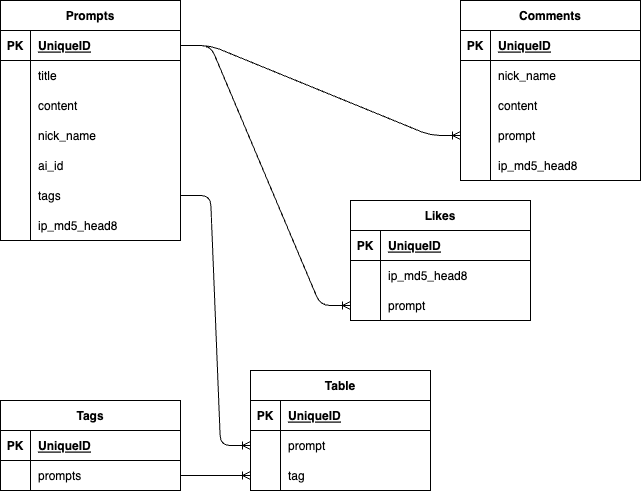
The draw.io diagram data_base_setting.drawio.png in Takenoko463/prompter, before a commit. Source tidied: cells renumbered, new cells last; positions are measured from the earlier drawing's top-left corner, leaving out a move shared by most shapes.
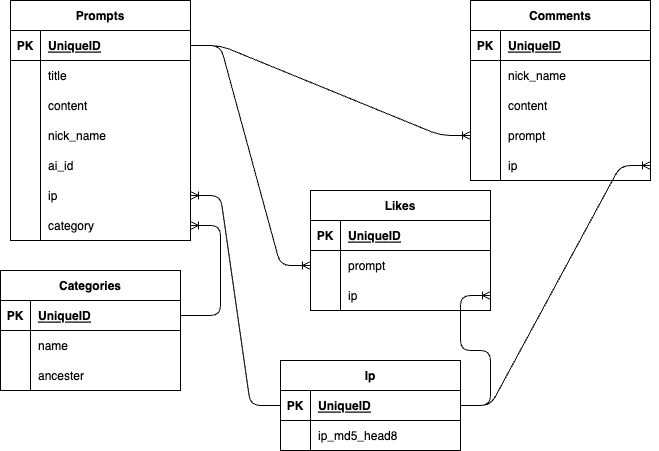
The same diagram one commit later.

Commit message:
データ設計の変更

Diff of the diagram source:
```diff
@@ -56,7 +56,7 @@
     <mxCell id="19" style="shape=partialRectangle;fillColor=none;top=0;left=0;bottom=0;right=0;overflow=hidden;" parent="18" vertex="1">
       <mxGeometry width="30" height="30" as="geometry" />
     </mxCell>
-    <mxCell id="20" value="tags" style="shape=partialRectangle;fillColor=none;top=0;left=0;bottom=0;right=0;align=left;spacingLeft=6;overflow=hidden;" parent="18" vertex="1">
+    <mxCell id="20" value="ip" style="shape=partialRectangle;fillColor=none;top=0;left=0;bottom=0;right=0;align=left;spacingLeft=6;overflow=hidden;" parent="18" vertex="1">
       <mxGeometry x="30" width="150" height="30" as="geometry" />
     </mxCell>
     <mxCell id="21" style="shape=tableRow;horizontal=0;startSize=0;swimlaneHead=0;swimlaneBody=0;fillColor=none;points=[[0,0.5],[1,0.5]];portConstraint=eastwest;top=0;left=0;right=0;bottom=0;" parent="2" vertex="1">
@@ -65,7 +65,7 @@
     <mxCell id="22" style="shape=partialRectangle;fillColor=none;top=0;left=0;bottom=0;right=0;overflow=hidden;" parent="21" vertex="1">
       <mxGeometry width="30" height="30" as="geometry" />
     </mxCell>
-    <mxCell id="23" value="ip_md5_head8" style="shape=partialRectangle;fillColor=none;top=0;left=0;bottom=0;right=0;align=left;spacingLeft=6;overflow=hidden;" parent="21" vertex="1">
+    <mxCell id="23" value="category" style="shape=partialRectangle;fillColor=none;top=0;left=0;bottom=0;right=0;align=left;spacingLeft=6;overflow=hidden;" parent="21" vertex="1">
       <mxGeometry x="30" width="150" height="30" as="geometry" />
     </mxCell>
     <mxCell id="24" value="Comments" style="shape=table;startSize=30;rowLines=0;fontStyle=1;align=center;" parent="1" vertex="1">
@@ -113,32 +113,11 @@
     <mxCell id="38" style="shape=partialRectangle;fillColor=none;top=0;left=0;bottom=0;right=0;overflow=hidden;" parent="37" vertex="1">
       <mxGeometry width="30" height="30" as="geometry" />
     </mxCell>
-    <mxCell id="39" value="ip_md5_head8" style="shape=partialRectangle;fillColor=none;top=0;left=0;bottom=0;right=0;align=left;spacingLeft=6;overflow=hidden;" parent="37" vertex="1">
+    <mxCell id="39" value="ip" style="shape=partialRectangle;fillColor=none;top=0;left=0;bottom=0;right=0;align=left;spacingLeft=6;overflow=hidden;" parent="37" vertex="1">
       <mxGeometry x="30" width="150" height="30" as="geometry" />
     </mxCell>
-    <mxCell id="40" value="Tags" style="shape=table;startSize=30;rowLines=0;fontStyle=1;align=center;" parent="1" vertex="1">
-      <mxGeometry y="400" width="180" height="90" as="geometry" />
-    </mxCell>
-    <mxCell id="41" style="shape=tableRow;horizontal=0;startSize=0;swimlaneHead=0;swimlaneBody=0;fillColor=none;points=[[0,0.5],[1,0.5]];portConstraint=eastwest;top=0;left=0;right=0;bottom=1;" parent="40" vertex="1">
-      <mxGeometry y="30" width="180" height="30" as="geometry" />
-    </mxCell>
-    <mxCell id="42" value="PK" style="shape=partialRectangle;fillColor=none;top=0;left=0;bottom=0;right=0;fontStyle=1;overflow=hidden;" parent="41" vertex="1">
-      <mxGeometry width="30" height="30" as="geometry" />
-    </mxCell>
-    <mxCell id="43" value="UniqueID" style="shape=partialRectangle;fillColor=none;top=0;left=0;bottom=0;right=0;align=left;spacingLeft=6;fontStyle=5;overflow=hidden;" parent="41" vertex="1">
-      <mxGeometry x="30" width="150" height="30" as="geometry" />
-    </mxCell>
-    <mxCell id="44" style="shape=tableRow;horizontal=0;startSize=0;swimlaneHead=0;swimlaneBody=0;fillColor=none;points=[[0,0.5],[1,0.5]];portConstraint=eastwest;top=0;left=0;right=0;bottom=0;" parent="40" vertex="1">
-      <mxGeometry y="60" width="180" height="30" as="geometry" />
-    </mxCell>
-    <mxCell id="45" style="shape=partialRectangle;fillColor=none;top=0;left=0;bottom=0;right=0;overflow=hidden;" parent="44" vertex="1">
-      <mxGeometry width="30" height="30" as="geometry" />
-    </mxCell>
-    <mxCell id="46" value="prompts" style="shape=partialRectangle;fillColor=none;top=0;left=0;bottom=0;right=0;align=left;spacingLeft=6;overflow=hidden;" parent="44" vertex="1">
-      <mxGeometry x="30" width="150" height="30" as="geometry" />
-    </mxCell>
-    <mxCell id="47" value="Table" style="shape=table;startSize=30;rowLines=0;fontStyle=1;align=center;" parent="1" vertex="1">
-      <mxGeometry x="250" y="370" width="180" height="120" as="geometry" />
+    <mxCell id="47" value="Ip" style="shape=table;startSize=30;rowLines=0;fontStyle=1;align=center;" parent="1" vertex="1">
+      <mxGeometry x="270" y="360" width="180" height="90" as="geometry" />
     </mxCell>
     <mxCell id="48" style="shape=tableRow;horizontal=0;startSize=0;swimlaneHead=0;swimlaneBody=0;fillColor=none;points=[[0,0.5],[1,0.5]];portConstraint=eastwest;top=0;left=0;right=0;bottom=1;" parent="47" vertex="1">
       <mxGeometry y="30" width="180" height="30" as="geometry" />
@@ -155,29 +134,14 @@
     <mxCell id="52" style="shape=partialRectangle;fillColor=none;top=0;left=0;bottom=0;right=0;overflow=hidden;" parent="51" vertex="1">
       <mxGeometry width="30" height="30" as="geometry" />
     </mxCell>
-    <mxCell id="53" value="prompt" style="shape=partialRectangle;fillColor=none;top=0;left=0;bottom=0;right=0;align=left;spacingLeft=6;overflow=hidden;" parent="51" vertex="1">
+    <mxCell id="53" value="ip_md5_head8" style="shape=partialRectangle;fillColor=none;top=0;left=0;bottom=0;right=0;align=left;spacingLeft=6;overflow=hidden;" parent="51" vertex="1">
       <mxGeometry x="30" width="150" height="30" as="geometry" />
     </mxCell>
-    <mxCell id="54" style="shape=tableRow;horizontal=0;startSize=0;swimlaneHead=0;swimlaneBody=0;fillColor=none;points=[[0,0.5],[1,0.5]];portConstraint=eastwest;top=0;left=0;right=0;bottom=0;" parent="47" vertex="1">
-      <mxGeometry y="90" width="180" height="30" as="geometry" />
-    </mxCell>
-    <mxCell id="55" style="shape=partialRectangle;fillColor=none;top=0;left=0;bottom=0;right=0;overflow=hidden;" parent="54" vertex="1">
-      <mxGeometry width="30" height="30" as="geometry" />
-    </mxCell>
-    <mxCell id="56" value="tag" style="shape=partialRectangle;fillColor=none;top=0;left=0;bottom=0;right=0;align=left;spacingLeft=6;overflow=hidden;" parent="54" vertex="1">
-      <mxGeometry x="30" width="150" height="30" as="geometry" />
-    </mxCell>
-    <mxCell id="57" style="edgeStyle=entityRelationEdgeStyle;fontSize=12;html=1;endArrow=ERoneToMany;exitX=1;exitY=0.5;exitDx=0;exitDy=0;entryX=0;entryY=0.5;entryDx=0;entryDy=0;" parent="1" edge="1" source="18" target="51">
-      <mxGeometry relative="1" as="geometry" />
-    </mxCell>
-    <mxCell id="58" style="edgeStyle=entityRelationEdgeStyle;fontSize=12;html=1;endArrow=ERoneToMany;exitX=1;exitY=0.5;exitDx=0;exitDy=0;entryX=0;entryY=0.5;entryDx=0;entryDy=0;" parent="1" edge="1" source="44" target="54">
-      <mxGeometry relative="1" as="geometry" />
-    </mxCell>
     <mxCell id="59" style="edgeStyle=entityRelationEdgeStyle;fontSize=12;html=1;endArrow=ERoneToMany;entryX=0;entryY=0.5;entryDx=0;entryDy=0;" parent="1" edge="1" source="3" target="34">
       <mxGeometry relative="1" as="geometry" />
     </mxCell>
     <mxCell id="60" value="Likes" style="shape=table;startSize=30;rowLines=0;fontStyle=1;align=center;" parent="1" vertex="1">
-      <mxGeometry x="350" y="200" width="180" height="120" as="geometry" />
+      <mxGeometry x="300" y="190" width="180" height="120" as="geometry" />
     </mxCell>
     <mxCell id="61" style="shape=tableRow;horizontal=0;startSize=0;swimlaneHead=0;swimlaneBody=0;fillColor=none;top=0;left=0;right=0;bottom=1;" parent="60" vertex="1">
       <mxGeometry y="30" width="180" height="30" as="geometry" />
@@ -194,7 +158,7 @@
     <mxCell id="65" style="shape=partialRectangle;fillColor=none;top=0;left=0;bottom=0;right=0;overflow=hidden;" parent="64" vertex="1">
       <mxGeometry width="30" height="30" as="geometry" />
     </mxCell>
-    <mxCell id="66" value="ip_md5_head8" style="shape=partialRectangle;fillColor=none;top=0;left=0;bottom=0;right=0;align=left;spacingLeft=6;overflow=hidden;" parent="64" vertex="1">
+    <mxCell id="66" value="prompt" style="shape=partialRectangle;fillColor=none;top=0;left=0;bottom=0;right=0;align=left;spacingLeft=6;overflow=hidden;" parent="64" vertex="1">
       <mxGeometry x="30" width="150" height="30" as="geometry" />
     </mxCell>
     <mxCell id="67" style="shape=tableRow;horizontal=0;startSize=0;swimlaneHead=0;swimlaneBody=0;fillColor=none;points=[[0,0.5],[1,0.5]];portConstraint=eastwest;top=0;left=0;right=0;bottom=0;" parent="60" vertex="1">
@@ -203,11 +167,53 @@
     <mxCell id="68" style="shape=partialRectangle;fillColor=none;top=0;left=0;bottom=0;right=0;overflow=hidden;" parent="67" vertex="1">
       <mxGeometry width="30" height="30" as="geometry" />
     </mxCell>
-    <mxCell id="69" value="prompt" style="shape=partialRectangle;fillColor=none;top=0;left=0;bottom=0;right=0;align=left;spacingLeft=6;overflow=hidden;" parent="67" vertex="1">
+    <mxCell id="69" value="ip" style="shape=partialRectangle;fillColor=none;top=0;left=0;bottom=0;right=0;align=left;spacingLeft=6;overflow=hidden;" parent="67" vertex="1">
       <mxGeometry x="30" width="150" height="30" as="geometry" />
     </mxCell>
-    <mxCell id="70" style="edgeStyle=entityRelationEdgeStyle;fontSize=12;html=1;endArrow=ERoneToMany;exitX=1;exitY=0.5;exitDx=0;exitDy=0;entryX=0;entryY=0.5;entryDx=0;entryDy=0;" parent="1" edge="1" source="3" target="67">
+    <mxCell id="70" style="edgeStyle=entityRelationEdgeStyle;fontSize=12;html=1;endArrow=ERoneToMany;exitX=1;exitY=0.5;exitDx=0;exitDy=0;entryX=0;entryY=0.5;entryDx=0;entryDy=0;" parent="1" edge="1" source="3" target="64">
       <mxGeometry relative="1" as="geometry" />
     </mxCell>
+    <mxCell id="71" style="edgeStyle=entityRelationEdgeStyle;fontSize=12;html=1;endArrow=ERoneToMany;entryX=1;entryY=0.5;entryDx=0;entryDy=0;exitX=0;exitY=0.5;exitDx=0;exitDy=0;" parent="1" edge="1" source="48" target="18">
+      <mxGeometry relative="1" as="geometry" />
+    </mxCell>
+    <mxCell id="72" style="edgeStyle=entityRelationEdgeStyle;fontSize=12;html=1;endArrow=ERoneToMany;entryX=1;entryY=0.5;entryDx=0;entryDy=0;exitX=1;exitY=0.5;exitDx=0;exitDy=0;" parent="1" edge="1" source="48" target="67">
+      <mxGeometry relative="1" as="geometry" />
+    </mxCell>
+    <mxCell id="73" style="edgeStyle=entityRelationEdgeStyle;fontSize=12;html=1;endArrow=ERoneToMany;exitX=1;exitY=0.5;exitDx=0;exitDy=0;entryX=1;entryY=0.5;entryDx=0;entryDy=0;" parent="1" edge="1" source="48" target="37">
+      <mxGeometry relative="1" as="geometry" />
+    </mxCell>
+    <mxCell id="74" value="Categories" style="shape=table;startSize=30;rowLines=0;fontStyle=1;align=center;" parent="1" vertex="1">
+      <mxGeometry x="-10" y="270" width="180" height="120" as="geometry" />
+    </mxCell>
+    <mxCell id="41" style="shape=tableRow;horizontal=0;startSize=0;swimlaneHead=0;swimlaneBody=0;fillColor=none;points=[[0,0.5],[1,0.5]];portConstraint=eastwest;top=0;left=0;right=0;bottom=1;" parent="74" vertex="1">
+      <mxGeometry y="30" width="180" height="30" as="geometry" />
+    </mxCell>
+    <mxCell id="42" value="PK" style="shape=partialRectangle;fillColor=none;top=0;left=0;bottom=0;right=0;fontStyle=1;overflow=hidden;" parent="41" vertex="1">
+      <mxGeometry width="30" height="30" as="geometry" />
+    </mxCell>
+    <mxCell id="43" value="UniqueID" style="shape=partialRectangle;fillColor=none;top=0;left=0;bottom=0;right=0;align=left;spacingLeft=6;fontStyle=5;overflow=hidden;" parent="41" vertex="1">
+      <mxGeometry x="30" width="150" height="30" as="geometry" />
+    </mxCell>
+    <mxCell id="44" style="shape=tableRow;horizontal=0;startSize=0;swimlaneHead=0;swimlaneBody=0;fillColor=none;points=[[0,0.5],[1,0.5]];portConstraint=eastwest;top=0;left=0;right=0;bottom=0;" parent="74" vertex="1">
+      <mxGeometry y="60" width="180" height="30" as="geometry" />
+    </mxCell>
+    <mxCell id="75" style="shape=partialRectangle;fillColor=none;top=0;left=0;bottom=0;right=0;overflow=hidden;" parent="44" vertex="1">
+      <mxGeometry width="30" height="30" as="geometry" />
+    </mxCell>
+    <mxCell id="76" value="name" style="shape=partialRectangle;fillColor=none;top=0;left=0;bottom=0;right=0;align=left;spacingLeft=6;overflow=hidden;" parent="44" vertex="1">
+      <mxGeometry x="30" width="150" height="30" as="geometry" />
+    </mxCell>
+    <mxCell id="54" style="shape=tableRow;horizontal=0;startSize=0;swimlaneHead=0;swimlaneBody=0;fillColor=none;points=[[0,0.5],[1,0.5]];portConstraint=eastwest;top=0;left=0;right=0;bottom=0;" parent="74" vertex="1">
+      <mxGeometry y="90" width="180" height="30" as="geometry" />
+    </mxCell>
+    <mxCell id="77" style="shape=partialRectangle;fillColor=none;top=0;left=0;bottom=0;right=0;overflow=hidden;" parent="54" vertex="1">
+      <mxGeometry width="30" height="30" as="geometry" />
+    </mxCell>
+    <mxCell id="78" value="ancester" style="shape=partialRectangle;fillColor=none;top=0;left=0;bottom=0;right=0;align=left;spacingLeft=6;overflow=hidden;" parent="54" vertex="1">
+      <mxGeometry x="30" width="150" height="30" as="geometry" />
+    </mxCell>
+    <mxCell id="79" style="edgeStyle=entityRelationEdgeStyle;fontSize=12;html=1;endArrow=ERoneToMany;exitX=1;exitY=0.5;exitDx=0;exitDy=0;" parent="1" edge="1" source="41" target="21">
+      <mxGeometry relative="1" as="geometry" />
+    </mxCell>
   </root>
 </mxGraphModel>
```
